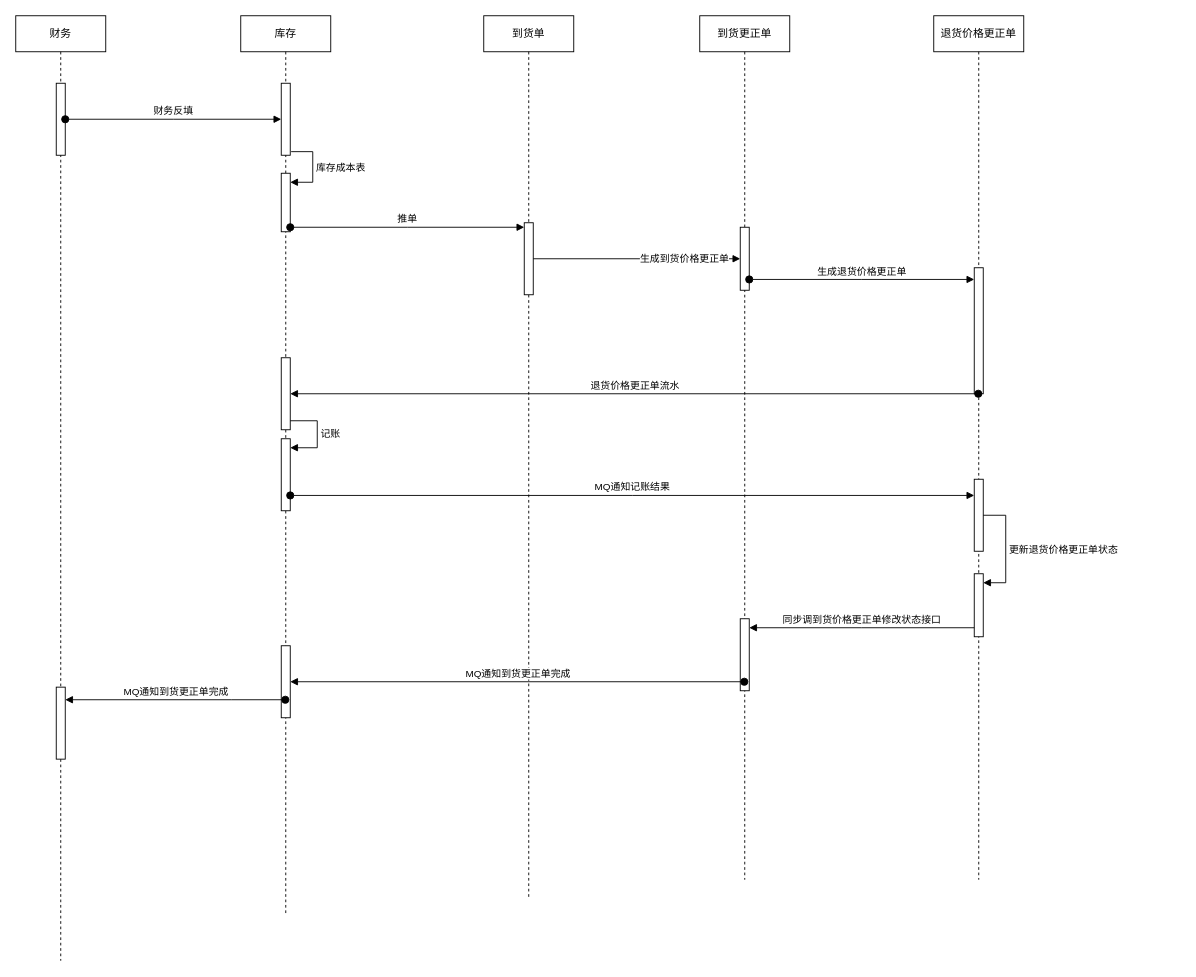
This is 未命名绘图.drawio from fengj1202/draw, a draw.io file, before an edit. Source tidied: cells renumbered, new cells numbered last; positions are measured from the earlier drawing's top-left corner, leaving out a move shared by most shapes. Both pictures are drawn from the tidied source at 90%, with x=0, y=0 at pixel (15, 15).
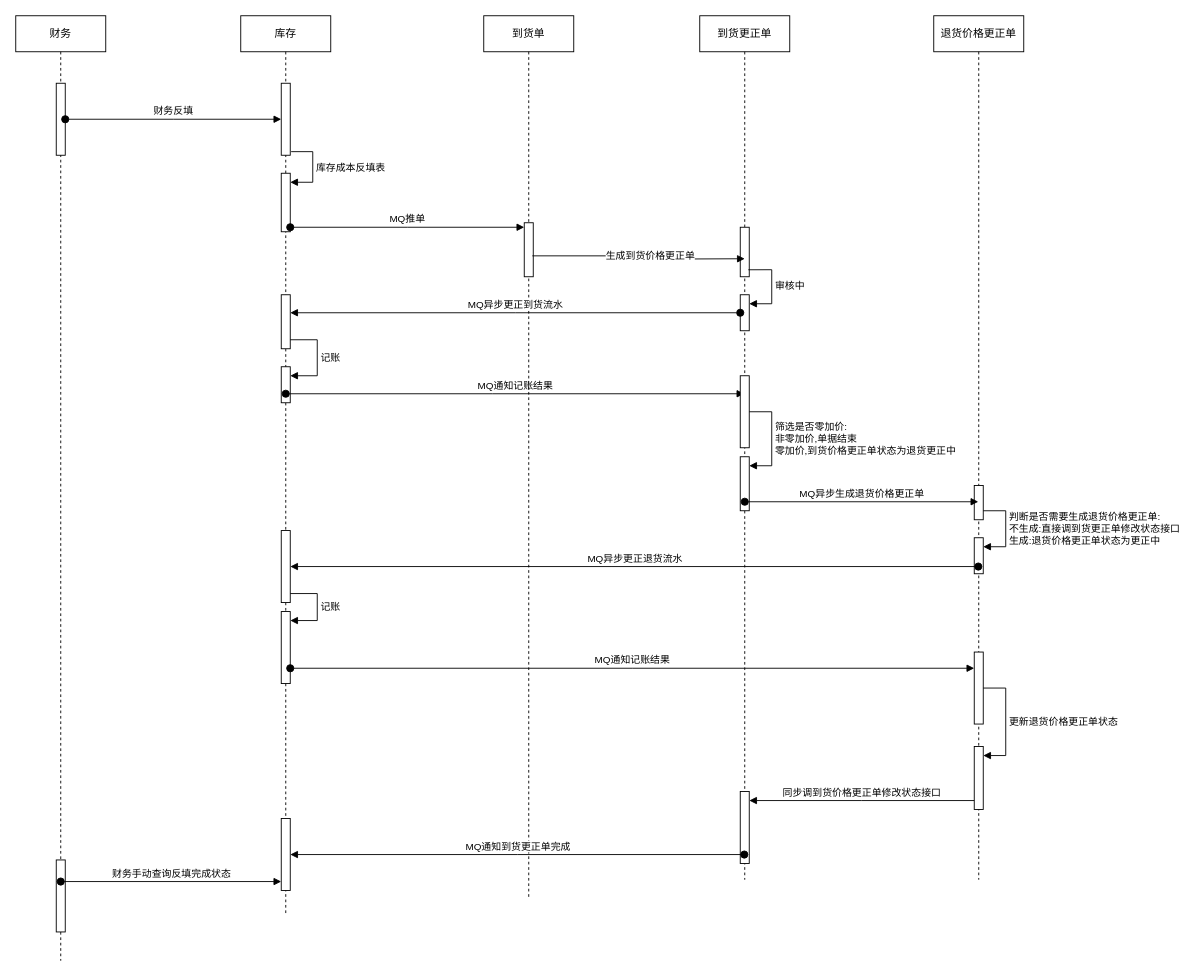
Above is the later version.

Commit message:
更新未命名绘图.drawio

Unchanged cells that the change refers to:
```xml
<mxCell id="2" value="财务" style="shape=umlLifeline;perimeter=lifelinePerimeter;whiteSpace=wrap;html=1;" parent="1" vertex="1">
  <mxGeometry width="100" height="1050" as="geometry" />
</mxCell>
<mxCell id="5" value="库存" style="shape=umlLifeline;perimeter=lifelinePerimeter;whiteSpace=wrap;html=1;outlineConnect=0;" parent="1" vertex="1">
  <mxGeometry x="250" width="100" height="1000" as="geometry" />
</mxCell>
<mxCell id="6" style="html=1;points=[];perimeter=orthogonalPerimeter;outlineConnect=0;targetShapes=umlLifeline;portConstraint=eastwest;newEdgeStyle={&quot;edgeStyle&quot;:&quot;elbowEdgeStyle&quot;,&quot;elbow&quot;:&quot;vertical&quot;,&quot;curved&quot;:0,&quot;rounded&quot;:0};" parent="5" vertex="1">
  <mxGeometry x="45" y="75" width="10" height="80" as="geometry" />
</mxCell>
<mxCell id="7" style="html=1;points=[];perimeter=orthogonalPerimeter;outlineConnect=0;targetShapes=umlLifeline;portConstraint=eastwest;newEdgeStyle={&quot;edgeStyle&quot;:&quot;elbowEdgeStyle&quot;,&quot;elbow&quot;:&quot;vertical&quot;,&quot;curved&quot;:0,&quot;rounded&quot;:0};" parent="5" vertex="1">
  <mxGeometry x="45" y="175" width="10" height="65" as="geometry" />
</mxCell>
<mxCell id="10" value="到货单" style="shape=umlLifeline;perimeter=lifelinePerimeter;whiteSpace=wrap;html=1;" parent="1" vertex="1">
  <mxGeometry x="520" width="100" height="980" as="geometry" />
</mxCell>
<mxCell id="12" value="到货更正单" style="shape=umlLifeline;perimeter=lifelinePerimeter;whiteSpace=wrap;html=1;outlineConnect=0;" parent="1" vertex="1">
  <mxGeometry x="760" width="100" height="960" as="geometry" />
</mxCell>
<mxCell id="15" value="退货价格更正单" style="shape=umlLifeline;perimeter=lifelinePerimeter;whiteSpace=wrap;html=1;outlineConnect=0;" parent="1" vertex="1">
  <mxGeometry x="1020" width="100" height="960" as="geometry" />
</mxCell>
```

Diff of the diagram source:
```diff
@@
     <mxCell id="4" style="html=1;points=[];perimeter=orthogonalPerimeter;outlineConnect=0;targetShapes=umlLifeline;portConstraint=eastwest;newEdgeStyle={&quot;edgeStyle&quot;:&quot;elbowEdgeStyle&quot;,&quot;elbow&quot;:&quot;vertical&quot;,&quot;curved&quot;:0,&quot;rounded&quot;:0};" parent="2" vertex="1">
-      <mxGeometry x="45" y="746" width="10" height="80" as="geometry" />
+      <mxGeometry x="45" y="938" width="10" height="80" as="geometry" />
     </mxCell>
+    <mxCell id="32" value="财务手动查询反填完成状态" style="html=1;verticalAlign=bottom;startArrow=oval;startFill=1;endArrow=block;startSize=8;edgeStyle=elbowEdgeStyle;elbow=vertical;curved=0;rounded=0;" parent="2" edge="1" target="9">
+      <mxGeometry relative="1" as="geometry">
+        <mxPoint x="50" y="962" as="sourcePoint" />
+      </mxGeometry>
+    </mxCell>
@@
-    <mxCell id="8" value="库存成本表" style="html=1;align=left;spacingLeft=2;endArrow=block;rounded=0;edgeStyle=orthogonalEdgeStyle;curved=0;rounded=0;exitX=1.1;exitY=0.95;exitDx=0;exitDy=0;exitPerimeter=0;" parent="5" edge="1" source="6" target="7">
-      <mxGeometry relative="1" as="geometry">
+    <mxCell id="8" value="库存成本反填表" style="html=1;align=left;spacingLeft=2;endArrow=block;rounded=0;edgeStyle=orthogonalEdgeStyle;curved=0;rounded=0;exitX=1.1;exitY=0.95;exitDx=0;exitDy=0;exitPerimeter=0;" parent="5" edge="1" source="6" target="7">
+      <mxGeometry x="0.01" relative="1" as="geometry">
         <Array as="points">
           <mxPoint x="80" y="151" />
           <mxPoint x="80" y="185" />
         </Array>
       </mxGeometry>
     </mxCell>
     <mxCell id="9" style="html=1;points=[];perimeter=orthogonalPerimeter;outlineConnect=0;targetShapes=umlLifeline;portConstraint=eastwest;newEdgeStyle={&quot;edgeStyle&quot;:&quot;elbowEdgeStyle&quot;,&quot;elbow&quot;:&quot;vertical&quot;,&quot;curved&quot;:0,&quot;rounded&quot;:0};" parent="5" vertex="1">
-      <mxGeometry x="45" y="700" width="10" height="80" as="geometry" />
+      <mxGeometry x="45" y="892" width="10" height="80" as="geometry" />
     </mxCell>
+    <mxCell id="33" style="html=1;points=[];perimeter=orthogonalPerimeter;outlineConnect=0;targetShapes=umlLifeline;portConstraint=eastwest;newEdgeStyle={&quot;edgeStyle&quot;:&quot;elbowEdgeStyle&quot;,&quot;elbow&quot;:&quot;vertical&quot;,&quot;curved&quot;:0,&quot;rounded&quot;:0};" parent="5" vertex="1">
+      <mxGeometry x="45" y="310" width="10" height="60" as="geometry" />
+    </mxCell>
+    <mxCell id="34" style="html=1;points=[];perimeter=orthogonalPerimeter;outlineConnect=0;targetShapes=umlLifeline;portConstraint=eastwest;newEdgeStyle={&quot;edgeStyle&quot;:&quot;elbowEdgeStyle&quot;,&quot;elbow&quot;:&quot;vertical&quot;,&quot;curved&quot;:0,&quot;rounded&quot;:0};" parent="5" vertex="1">
+      <mxGeometry x="45" y="390" width="10" height="40" as="geometry" />
+    </mxCell>
+    <mxCell id="35" value="记账" style="html=1;align=left;spacingLeft=2;endArrow=block;rounded=0;edgeStyle=orthogonalEdgeStyle;curved=0;rounded=0;" parent="5" edge="1" source="33" target="34">
+      <mxGeometry relative="1" as="geometry">
+        <Array as="points">
+          <mxPoint x="85" y="360" />
+          <mxPoint x="85" y="400" />
+        </Array>
+      </mxGeometry>
+    </mxCell>
+    <mxCell id="36" value="MQ通知记账结果" style="html=1;verticalAlign=bottom;startArrow=oval;startFill=1;endArrow=block;startSize=8;edgeStyle=elbowEdgeStyle;elbow=vertical;curved=0;rounded=0;" parent="5" edge="1" target="12">
+      <mxGeometry relative="1" as="geometry">
+        <mxPoint x="50" y="420" as="sourcePoint" />
+      </mxGeometry>
+    </mxCell>
@@
     <mxCell id="11" style="html=1;points=[];perimeter=orthogonalPerimeter;outlineConnect=0;targetShapes=umlLifeline;portConstraint=eastwest;newEdgeStyle={&quot;edgeStyle&quot;:&quot;elbowEdgeStyle&quot;,&quot;elbow&quot;:&quot;vertical&quot;,&quot;curved&quot;:0,&quot;rounded&quot;:0};" parent="10" vertex="1">
-      <mxGeometry x="45" y="230" width="10" height="80" as="geometry" />
+      <mxGeometry x="45" y="230" width="10" height="60" as="geometry" />
     </mxCell>
@@
     <mxCell id="13" style="html=1;points=[];perimeter=orthogonalPerimeter;outlineConnect=0;targetShapes=umlLifeline;portConstraint=eastwest;newEdgeStyle={&quot;edgeStyle&quot;:&quot;elbowEdgeStyle&quot;,&quot;elbow&quot;:&quot;vertical&quot;,&quot;curved&quot;:0,&quot;rounded&quot;:0};" parent="12" vertex="1">
-      <mxGeometry x="45" y="235" width="10" height="70" as="geometry" />
+      <mxGeometry x="45" y="235" width="10" height="55" as="geometry" />
     </mxCell>
     <mxCell id="14" style="html=1;points=[];perimeter=orthogonalPerimeter;outlineConnect=0;targetShapes=umlLifeline;portConstraint=eastwest;newEdgeStyle={&quot;edgeStyle&quot;:&quot;elbowEdgeStyle&quot;,&quot;elbow&quot;:&quot;vertical&quot;,&quot;curved&quot;:0,&quot;rounded&quot;:0};" parent="12" vertex="1">
-      <mxGeometry x="45" y="670" width="10" height="80" as="geometry" />
+      <mxGeometry x="45" y="862" width="10" height="80" as="geometry" />
     </mxCell>
+    <mxCell id="37" style="html=1;points=[];perimeter=orthogonalPerimeter;outlineConnect=0;targetShapes=umlLifeline;portConstraint=eastwest;newEdgeStyle={&quot;edgeStyle&quot;:&quot;elbowEdgeStyle&quot;,&quot;elbow&quot;:&quot;vertical&quot;,&quot;curved&quot;:0,&quot;rounded&quot;:0};" parent="12" vertex="1">
+      <mxGeometry x="45" y="310" width="10" height="40" as="geometry" />
+    </mxCell>
+    <mxCell id="38" value="审核中" style="html=1;align=left;spacingLeft=2;endArrow=block;rounded=0;edgeStyle=orthogonalEdgeStyle;curved=0;rounded=0;exitX=0.54;exitY=0.294;exitDx=0;exitDy=0;exitPerimeter=0;" parent="12" edge="1" source="12" target="37">
+      <mxGeometry relative="1" as="geometry">
+        <Array as="points">
+          <mxPoint x="80" y="282" />
+          <mxPoint x="80" y="320" />
+        </Array>
+      </mxGeometry>
+    </mxCell>
+    <mxCell id="39" style="html=1;points=[];perimeter=orthogonalPerimeter;outlineConnect=0;targetShapes=umlLifeline;portConstraint=eastwest;newEdgeStyle={&quot;edgeStyle&quot;:&quot;elbowEdgeStyle&quot;,&quot;elbow&quot;:&quot;vertical&quot;,&quot;curved&quot;:0,&quot;rounded&quot;:0};" parent="12" vertex="1">
+      <mxGeometry x="45" y="400" width="10" height="80" as="geometry" />
+    </mxCell>
+    <mxCell id="40" style="html=1;points=[];perimeter=orthogonalPerimeter;outlineConnect=0;targetShapes=umlLifeline;portConstraint=eastwest;newEdgeStyle={&quot;edgeStyle&quot;:&quot;elbowEdgeStyle&quot;,&quot;elbow&quot;:&quot;vertical&quot;,&quot;curved&quot;:0,&quot;rounded&quot;:0};" parent="12" vertex="1">
+      <mxGeometry x="45" y="490" width="10" height="60" as="geometry" />
+    </mxCell>
+    <mxCell id="41" value="筛选是否零加价:&lt;br&gt;非零加价,单据结束&lt;br&gt;零加价,到货价格更正单状态为退货更正中" style="html=1;align=left;spacingLeft=2;endArrow=block;rounded=0;edgeStyle=orthogonalEdgeStyle;curved=0;rounded=0;" parent="12" edge="1" source="39" target="40">
+      <mxGeometry relative="1" as="geometry">
+        <Array as="points">
+          <mxPoint x="80" y="440" />
+          <mxPoint x="80" y="500" />
+        </Array>
+      </mxGeometry>
+    </mxCell>
@@
     <mxCell id="16" style="html=1;points=[];perimeter=orthogonalPerimeter;outlineConnect=0;targetShapes=umlLifeline;portConstraint=eastwest;newEdgeStyle={&quot;edgeStyle&quot;:&quot;elbowEdgeStyle&quot;,&quot;elbow&quot;:&quot;vertical&quot;,&quot;curved&quot;:0,&quot;rounded&quot;:0};" parent="15" vertex="1">
-      <mxGeometry x="45" y="280" width="10" height="140" as="geometry" />
+      <mxGeometry x="45" y="522" width="10" height="38" as="geometry" />
     </mxCell>
     <mxCell id="17" style="html=1;points=[];perimeter=orthogonalPerimeter;outlineConnect=0;targetShapes=umlLifeline;portConstraint=eastwest;newEdgeStyle={&quot;edgeStyle&quot;:&quot;elbowEdgeStyle&quot;,&quot;elbow&quot;:&quot;vertical&quot;,&quot;curved&quot;:0,&quot;rounded&quot;:0};" parent="15" vertex="1">
-      <mxGeometry x="45" y="515" width="10" height="80" as="geometry" />
+      <mxGeometry x="45" y="707" width="10" height="80" as="geometry" />
     </mxCell>
     <mxCell id="18" style="html=1;points=[];perimeter=orthogonalPerimeter;outlineConnect=0;targetShapes=umlLifeline;portConstraint=eastwest;newEdgeStyle={&quot;edgeStyle&quot;:&quot;elbowEdgeStyle&quot;,&quot;elbow&quot;:&quot;vertical&quot;,&quot;curved&quot;:0,&quot;rounded&quot;:0};" parent="15" vertex="1">
-      <mxGeometry x="45" y="620" width="10" height="70" as="geometry" />
+      <mxGeometry x="45" y="812" width="10" height="70" as="geometry" />
     </mxCell>
     <mxCell id="19" value="更新退货价格更正单状态" style="html=1;align=left;spacingLeft=2;endArrow=block;rounded=0;edgeStyle=orthogonalEdgeStyle;curved=0;rounded=0;" parent="15" edge="1" source="17" target="18">
       <mxGeometry relative="1" as="geometry">
         <Array as="points">
-          <mxPoint x="80" y="555" />
-          <mxPoint x="80" y="630" />
+          <mxPoint x="80" y="747" />
+          <mxPoint x="80" y="822" />
         </Array>
       </mxGeometry>
     </mxCell>
+    <mxCell id="42" style="html=1;points=[];perimeter=orthogonalPerimeter;outlineConnect=0;targetShapes=umlLifeline;portConstraint=eastwest;newEdgeStyle={&quot;edgeStyle&quot;:&quot;elbowEdgeStyle&quot;,&quot;elbow&quot;:&quot;vertical&quot;,&quot;curved&quot;:0,&quot;rounded&quot;:0};" parent="15" vertex="1">
+      <mxGeometry x="45" y="580" width="10" height="40" as="geometry" />
+    </mxCell>
+    <mxCell id="43" value="判断是否需要生成退货价格更正单:&lt;br&gt;不生成:直接调到货更正单修改状态接口&lt;br&gt;生成:退货价格更正单状态为更正中" style="html=1;align=left;spacingLeft=2;endArrow=block;rounded=0;edgeStyle=orthogonalEdgeStyle;curved=0;rounded=0;" parent="15" edge="1" source="16" target="42">
+      <mxGeometry relative="1" as="geometry">
+        <Array as="points">
+          <mxPoint x="80" y="550" />
+          <mxPoint x="80" y="590" />
+        </Array>
+      </mxGeometry>
+    </mxCell>
@@
-    <mxCell id="21" value="推单" style="html=1;verticalAlign=bottom;startArrow=oval;endArrow=block;startSize=8;edgeStyle=elbowEdgeStyle;elbow=vertical;curved=0;rounded=0;" parent="1" edge="1" source="7" target="11">
+    <mxCell id="21" value="MQ推单" style="html=1;verticalAlign=bottom;startArrow=oval;endArrow=block;startSize=8;edgeStyle=elbowEdgeStyle;elbow=vertical;curved=0;rounded=0;" parent="1" edge="1" source="7" target="11">
       <mxGeometry relative="1" as="geometry" />
     </mxCell>
-    <mxCell id="22" value="生成到货价格更正单" style="html=1;align=left;spacingLeft=2;endArrow=block;rounded=0;edgeStyle=orthogonalEdgeStyle;curved=0;rounded=0;" parent="1" edge="1" source="11" target="13">
-      <mxGeometry relative="1" as="geometry" />
+    <mxCell id="22" value="生成到货价格更正单" style="html=1;align=left;spacingLeft=2;endArrow=block;rounded=0;edgeStyle=orthogonalEdgeStyle;curved=0;rounded=0;exitX=0.9;exitY=0.613;exitDx=0;exitDy=0;exitPerimeter=0;" parent="1" edge="1" source="11">
+      <mxGeometry x="-0.35" relative="1" as="geometry">
+        <mxPoint x="810" y="270" as="targetPoint" />
+      </mxGeometry>
     </mxCell>
-    <mxCell id="23" value="生成退货价格更正单" style="html=1;verticalAlign=bottom;startArrow=oval;endArrow=block;startSize=8;edgeStyle=elbowEdgeStyle;elbow=vertical;curved=0;rounded=0;" parent="1" edge="1" source="13" target="16">
-      <mxGeometry relative="1" as="geometry" />
+    <mxCell id="23" value="MQ异步生成退货价格更正单" style="html=1;verticalAlign=bottom;startArrow=oval;endArrow=block;startSize=8;edgeStyle=elbowEdgeStyle;elbow=vertical;curved=0;rounded=0;" parent="1" edge="1">
+      <mxGeometry relative="1" as="geometry">
+        <mxPoint x="810" y="540" as="sourcePoint" />
+        <mxPoint x="1069.5" y="539.2" as="targetPoint" />
+      </mxGeometry>
     </mxCell>
     <mxCell id="24" style="html=1;points=[];perimeter=orthogonalPerimeter;outlineConnect=0;targetShapes=umlLifeline;portConstraint=eastwest;newEdgeStyle={&quot;edgeStyle&quot;:&quot;elbowEdgeStyle&quot;,&quot;elbow&quot;:&quot;vertical&quot;,&quot;curved&quot;:0,&quot;rounded&quot;:0};" parent="1" vertex="1">
-      <mxGeometry x="295" y="380" width="10" height="80" as="geometry" />
+      <mxGeometry x="295" y="572" width="10" height="80" as="geometry" />
     </mxCell>
-    <mxCell id="25" value="退货价格更正单流水" style="html=1;verticalAlign=bottom;startArrow=oval;startFill=1;endArrow=block;startSize=8;edgeStyle=elbowEdgeStyle;elbow=vertical;curved=0;rounded=0;" parent="1" edge="1" source="15" target="24">
+    <mxCell id="25" value="MQ异步更正退货流水" style="html=1;verticalAlign=bottom;startArrow=oval;startFill=1;endArrow=block;startSize=8;edgeStyle=elbowEdgeStyle;elbow=vertical;curved=0;rounded=0;" parent="1" edge="1" source="15" target="24">
       <mxGeometry relative="1" as="geometry" />
     </mxCell>
     <mxCell id="26" style="html=1;points=[];perimeter=orthogonalPerimeter;outlineConnect=0;targetShapes=umlLifeline;portConstraint=eastwest;newEdgeStyle={&quot;edgeStyle&quot;:&quot;elbowEdgeStyle&quot;,&quot;elbow&quot;:&quot;vertical&quot;,&quot;curved&quot;:0,&quot;rounded&quot;:0};" parent="1" vertex="1">
-      <mxGeometry x="295" y="470" width="10" height="80" as="geometry" />
+      <mxGeometry x="295" y="662" width="10" height="80" as="geometry" />
     </mxCell>
     <mxCell id="27" value="记账" style="html=1;align=left;spacingLeft=2;endArrow=block;rounded=0;edgeStyle=orthogonalEdgeStyle;curved=0;rounded=0;" parent="1" edge="1" target="26">
       <mxGeometry relative="1" as="geometry">
-        <mxPoint x="305" y="450" as="sourcePoint" />
+        <mxPoint x="305" y="642" as="sourcePoint" />
         <Array as="points">
-          <mxPoint x="335" y="480" />
+          <mxPoint x="335" y="672" />
         </Array>
       </mxGeometry>
     </mxCell>
@@
-    <mxCell id="30" value="MQ通知到货更正单完成" style="html=1;verticalAlign=bottom;startArrow=oval;startFill=1;endArrow=block;startSize=8;edgeStyle=elbowEdgeStyle;elbow=vertical;curved=0;rounded=0;" parent="1" edge="1" source="12" target="9">
-      <mxGeometry relative="1" as="geometry" />
+    <mxCell id="30" value="MQ通知到货更正单完成" style="html=1;verticalAlign=bottom;startArrow=oval;startFill=1;endArrow=block;startSize=8;edgeStyle=elbowEdgeStyle;elbow=vertical;curved=0;rounded=0;" parent="1" edge="1" target="9">
+      <mxGeometry relative="1" as="geometry">
+        <mxPoint x="809.5" y="932" as="sourcePoint" />
+      </mxGeometry>
     </mxCell>
-    <mxCell id="31" value="MQ通知到货更正单完成" style="html=1;verticalAlign=bottom;startArrow=oval;startFill=1;endArrow=block;startSize=8;edgeStyle=elbowEdgeStyle;elbow=vertical;curved=0;rounded=0;" parent="1" edge="1" source="5" target="4">
-      <mxGeometry relative="1" as="geometry">
-        <Array as="points">
-          <mxPoint x="240" y="760" />
-          <mxPoint x="200" y="800" />
-        </Array>
-      </mxGeometry>
-    </mxCell>
+    <mxCell id="44" value="MQ异步更正到货流水" style="html=1;verticalAlign=bottom;startArrow=oval;startFill=1;endArrow=block;startSize=8;edgeStyle=elbowEdgeStyle;elbow=vertical;curved=0;rounded=0;" parent="1" edge="1" source="37" target="33">
+      <mxGeometry relative="1" as="geometry" />
+    </mxCell>
```
